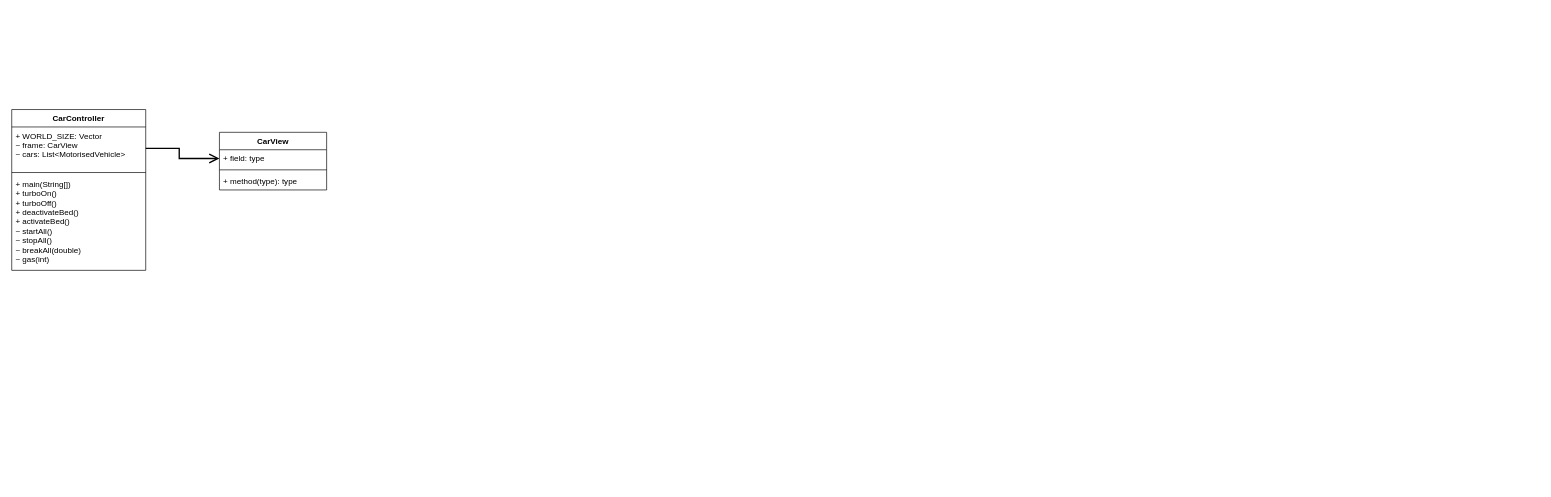
This is Untitled Diagram.drawio from itggot-jakob-ristner/DIT953-lab1, a draw.io file, before an edit. Source tidied: cells renumbered, new cells numbered last; positions are measured from the earlier drawing's top-left corner, leaving out a move shared by most shapes. Both pictures are drawn from the tidied source at 67%, with x=0, y=0 at pixel (11, 109).
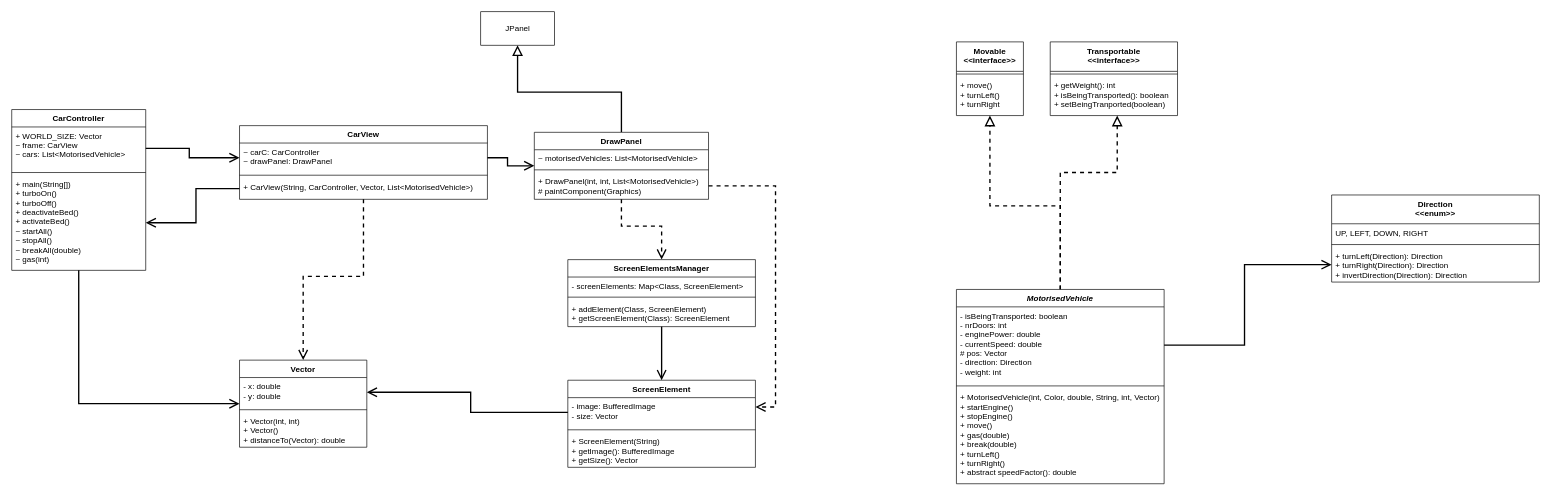
The same diagram, later.

The change refers to these unchanged cells:
```xml
<mxCell id="2" value="CarController" style="swimlane;fontStyle=1;align=center;verticalAlign=top;horizontal=1;startSize=26;" parent="1" vertex="1">
  <mxGeometry width="200" height="240" as="geometry" />
</mxCell>
<mxCell id="3" value="+ WORLD_SIZE: Vector&#10;~ frame: CarView&#10;~ cars: List&lt;MotorisedVehicle&gt;" style="text;strokeColor=none;fillColor=none;align=left;verticalAlign=top;spacingLeft=4;spacingRight=4;overflow=hidden;points=[[0,0.5],[1,0.5]];portConstraint=eastwest;" parent="2" vertex="1">
  <mxGeometry y="26" width="200" height="64" as="geometry" />
</mxCell>
<mxCell id="5" value="+ main(String[])&#10;+ turboOn()&#10;+ turboOff()&#10;+ deactivateBed()&#10;+ activateBed()&#10;~ startAll()&#10;~ stopAll()&#10;~ breakAll(double)&#10;~ gas(int)" style="text;strokeColor=none;fillColor=none;align=left;verticalAlign=top;spacingLeft=4;spacingRight=4;overflow=hidden;points=[[0,0.5],[1,0.5]];portConstraint=eastwest;fontStyle=0;" parent="2" vertex="1">
  <mxGeometry y="98" width="200" height="142" as="geometry" />
</mxCell>
```

What changed in the source:
```diff
@@
+    <mxCell id="11" style="edgeStyle=orthogonalEdgeStyle;rounded=0;jettySize=auto;html=1;endArrow=open;endFill=0;endSize=11;strokeWidth=2;" parent="1" edge="1" source="2" target="32">
+      <mxGeometry relative="1" as="geometry">
+        <Array as="points">
+          <mxPoint x="100" y="439" />
+        </Array>
+      </mxGeometry>
+    </mxCell>
@@
+    <mxCell id="12" style="edgeStyle=orthogonalEdgeStyle;rounded=0;jettySize=auto;html=1;endArrow=open;endFill=0;endSize=11;strokeWidth=2;dashed=1;" parent="1" edge="1" source="6" target="32">
+      <mxGeometry relative="1" as="geometry" />
+    </mxCell>
     <mxCell id="6" value="CarView" style="swimlane;fontStyle=1;align=center;verticalAlign=top;horizontal=1;startSize=26;" parent="1" vertex="1">
-      <mxGeometry x="310" y="34" width="160" height="86" as="geometry" />
+      <mxGeometry x="340" y="24" width="370" height="110" as="geometry" />
     </mxCell>
-    <mxCell id="7" value="+ field: type" style="text;strokeColor=none;fillColor=none;align=left;verticalAlign=top;spacingLeft=4;spacingRight=4;overflow=hidden;points=[[0,0.5],[1,0.5]];portConstraint=eastwest;" parent="6" vertex="1">
-      <mxGeometry y="26" width="160" height="26" as="geometry" />
+    <mxCell id="7" value="~ carC: CarController&#10;~ drawPanel: DrawPanel" style="text;strokeColor=none;fillColor=none;align=left;verticalAlign=top;spacingLeft=4;spacingRight=4;overflow=hidden;points=[[0,0.5],[1,0.5]];portConstraint=eastwest;" parent="6" vertex="1">
+      <mxGeometry y="26" width="370" height="44" as="geometry" />
     </mxCell>
     <mxCell id="8" style="line;strokeWidth=1;fillColor=none;align=left;verticalAlign=middle;spacingTop=-1;spacingLeft=3;spacingRight=3;labelPosition=right;" parent="6" vertex="1">
-      <mxGeometry y="52" width="160" height="8" as="geometry" />
+      <mxGeometry y="70" width="370" height="8" as="geometry" />
     </mxCell>
-    <mxCell id="9" value="+ method(type): type" style="text;strokeColor=none;fillColor=none;align=left;verticalAlign=top;spacingLeft=4;spacingRight=4;overflow=hidden;points=[[0,0.5],[1,0.5]];portConstraint=eastwest;" parent="6" vertex="1">
-      <mxGeometry y="60" width="160" height="26" as="geometry" />
+    <mxCell id="9" value="+ CarView(String, CarController, Vector, List&lt;MotorisedVehicle&gt;)&#10;" style="text;strokeColor=none;fillColor=none;align=left;verticalAlign=top;spacingLeft=4;spacingRight=4;overflow=hidden;points=[[0,0.5],[1,0.5]];portConstraint=eastwest;" parent="6" vertex="1">
+      <mxGeometry y="78" width="370" height="32" as="geometry" />
     </mxCell>
-    <mxCell id="10" style="edgeStyle=orthogonalEdgeStyle;rounded=0;jettySize=auto;html=1;exitX=1;exitY=0.5;exitDx=0;exitDy=0;endArrow=open;endFill=0;strokeWidth=2;endSize=11;" parent="1" edge="1" source="3" target="7">
+    <mxCell id="10" style="edgeStyle=orthogonalEdgeStyle;rounded=0;jettySize=auto;html=1;exitX=1;exitY=0.5;exitDx=0;exitDy=0;entryX=0;entryY=0.5;entryDx=0;entryDy=0;endArrow=open;endFill=0;endSize=11;strokeWidth=2;" parent="1" edge="1" source="3" target="7">
       <mxGeometry relative="1" as="geometry" />
     </mxCell>
+    <mxCell id="13" style="edgeStyle=orthogonalEdgeStyle;rounded=0;jettySize=auto;html=1;exitX=0;exitY=0.5;exitDx=0;exitDy=0;endArrow=open;endFill=0;endSize=11;strokeWidth=2;" parent="1" edge="1" source="9" target="5">
+      <mxGeometry relative="1" as="geometry" />
+    </mxCell>
+    <mxCell id="14" style="edgeStyle=orthogonalEdgeStyle;rounded=0;jettySize=auto;html=1;exitX=0.5;exitY=0;exitDx=0;exitDy=0;entryX=0.5;entryY=1;entryDx=0;entryDy=0;endArrow=block;endFill=0;endSize=11;strokeWidth=2;" parent="1" edge="1" source="16" target="20">
+      <mxGeometry relative="1" as="geometry" />
+    </mxCell>
+    <mxCell id="15" style="edgeStyle=orthogonalEdgeStyle;rounded=0;jettySize=auto;html=1;entryX=0.5;entryY=0;entryDx=0;entryDy=0;endArrow=open;endFill=0;endSize=11;strokeWidth=2;dashed=1;" parent="1" edge="1" source="16" target="23">
+      <mxGeometry relative="1" as="geometry" />
+    </mxCell>
+    <mxCell id="16" value="DrawPanel" style="swimlane;fontStyle=1;align=center;verticalAlign=top;horizontal=1;startSize=26;" parent="1" vertex="1">
+      <mxGeometry x="780" y="34" width="260" height="100" as="geometry" />
+    </mxCell>
+    <mxCell id="17" value="~ motorisedVehicles: List&lt;MotorisedVehicle&gt;" style="text;strokeColor=none;fillColor=none;align=left;verticalAlign=top;spacingLeft=4;spacingRight=4;overflow=hidden;" parent="16" vertex="1">
+      <mxGeometry y="26" width="260" height="26" as="geometry" />
+    </mxCell>
+    <mxCell id="18" style="line;strokeWidth=1;fillColor=none;align=left;verticalAlign=middle;spacingTop=-1;spacingLeft=3;spacingRight=3;labelPosition=right;" parent="16" vertex="1">
+      <mxGeometry y="52" width="260" height="8" as="geometry" />
+    </mxCell>
+    <mxCell id="19" value="+ DrawPanel(int, int, List&lt;MotorisedVehicle&gt;)&#10;# paintComponent(Graphics)" style="text;strokeColor=none;fillColor=none;align=left;verticalAlign=top;spacingLeft=4;spacingRight=4;overflow=hidden;points=[[0,0.5],[1,0.5]];portConstraint=eastwest;" parent="16" vertex="1">
+      <mxGeometry y="60" width="260" height="40" as="geometry" />
+    </mxCell>
+    <mxCell id="20" value="JPanel" style="html=1;" parent="1" vertex="1">
+      <mxGeometry x="700" y="-146" width="110" height="50" as="geometry" />
+    </mxCell>
+    <mxCell id="21" style="edgeStyle=orthogonalEdgeStyle;rounded=0;jettySize=auto;html=1;exitX=1;exitY=0.5;exitDx=0;exitDy=0;entryX=0;entryY=0.5;entryDx=0;entryDy=0;endArrow=open;endFill=0;endSize=11;strokeWidth=2;" parent="1" edge="1" source="7" target="16">
+      <mxGeometry relative="1" as="geometry" />
+    </mxCell>
+    <mxCell id="22" style="edgeStyle=orthogonalEdgeStyle;rounded=0;jettySize=auto;html=1;endArrow=open;endFill=0;endSize=11;strokeWidth=2;" parent="1" edge="1" source="23" target="27">
+      <mxGeometry relative="1" as="geometry" />
+    </mxCell>
+    <mxCell id="23" value="ScreenElementsManager" style="swimlane;fontStyle=1;align=center;verticalAlign=top;horizontal=1;startSize=26;" parent="1" vertex="1">
+      <mxGeometry x="830" y="224" width="280" height="100" as="geometry" />
+    </mxCell>
+    <mxCell id="24" value="- screenElements: Map&lt;Class, ScreenElement&gt;" style="text;strokeColor=none;fillColor=none;align=left;verticalAlign=top;spacingLeft=4;spacingRight=4;overflow=hidden;" parent="23" vertex="1">
+      <mxGeometry y="26" width="280" height="26" as="geometry" />
+    </mxCell>
+    <mxCell id="25" style="line;strokeWidth=1;fillColor=none;align=left;verticalAlign=middle;spacingTop=-1;spacingLeft=3;spacingRight=3;labelPosition=right;" parent="23" vertex="1">
+      <mxGeometry y="52" width="280" height="8" as="geometry" />
+    </mxCell>
+    <mxCell id="26" value="+ addElement(Class, ScreenElement)&#10;+ getScreenElement(Class): ScreenElement" style="text;strokeColor=none;fillColor=none;align=left;verticalAlign=top;spacingLeft=4;spacingRight=4;overflow=hidden;" parent="23" vertex="1">
+      <mxGeometry y="60" width="280" height="40" as="geometry" />
+    </mxCell>
+    <mxCell id="27" value="ScreenElement" style="swimlane;fontStyle=1;align=center;verticalAlign=top;horizontal=1;startSize=26;" parent="1" vertex="1">
+      <mxGeometry x="830" y="404" width="280" height="130" as="geometry" />
+    </mxCell>
+    <mxCell id="28" value="- image: BufferedImage&#10;- size: Vector" style="text;strokeColor=none;fillColor=none;align=left;verticalAlign=top;spacingLeft=4;spacingRight=4;overflow=hidden;points=[[0,0.5],[1,0.5]];portConstraint=eastwest;" parent="27" vertex="1">
+      <mxGeometry y="26" width="280" height="44" as="geometry" />
+    </mxCell>
+    <mxCell id="29" style="line;strokeWidth=1;fillColor=none;align=left;verticalAlign=middle;spacingTop=-1;spacingLeft=3;spacingRight=3;labelPosition=right;" parent="27" vertex="1">
+      <mxGeometry y="70" width="280" height="8" as="geometry" />
+    </mxCell>
+    <mxCell id="30" value="+ ScreenElement(String)&#10;+ getImage(): BufferedImage&#10;+ getSize(): Vector" style="text;strokeColor=none;fillColor=none;align=left;verticalAlign=top;spacingLeft=4;spacingRight=4;overflow=hidden;" parent="27" vertex="1">
+      <mxGeometry y="78" width="280" height="52" as="geometry" />
+    </mxCell>
+    <mxCell id="31" style="edgeStyle=orthogonalEdgeStyle;rounded=0;jettySize=auto;html=1;entryX=1;entryY=0.318;entryDx=0;entryDy=0;entryPerimeter=0;dashed=1;endArrow=open;endFill=0;endSize=11;strokeWidth=2;" parent="1" edge="1" source="19" target="28">
+      <mxGeometry relative="1" as="geometry" />
+    </mxCell>
+    <mxCell id="32" value="Vector" style="swimlane;fontStyle=1;align=center;verticalAlign=top;horizontal=1;startSize=26;" parent="1" vertex="1">
+      <mxGeometry x="340" y="374" width="190" height="130" as="geometry" />
+    </mxCell>
+    <mxCell id="33" value="- x: double&#10;- y: double" style="text;strokeColor=none;fillColor=none;align=left;verticalAlign=top;spacingLeft=4;spacingRight=4;overflow=hidden;points=[[0,0.5],[1,0.5]];portConstraint=eastwest;" parent="32" vertex="1">
+      <mxGeometry y="26" width="190" height="44" as="geometry" />
+    </mxCell>
+    <mxCell id="34" style="line;strokeWidth=1;fillColor=none;align=left;verticalAlign=middle;spacingTop=-1;spacingLeft=3;spacingRight=3;labelPosition=right;" parent="32" vertex="1">
+      <mxGeometry y="70" width="190" height="8" as="geometry" />
+    </mxCell>
+    <mxCell id="35" value="+ Vector(int, int)&#10;+ Vector()&#10;+ distanceTo(Vector): double" style="text;strokeColor=none;fillColor=none;align=left;verticalAlign=top;spacingLeft=4;spacingRight=4;overflow=hidden;" parent="32" vertex="1">
+      <mxGeometry y="78" width="190" height="52" as="geometry" />
+    </mxCell>
+    <mxCell id="36" style="edgeStyle=orthogonalEdgeStyle;rounded=0;jettySize=auto;html=1;exitX=0;exitY=0.5;exitDx=0;exitDy=0;endArrow=open;endFill=0;endSize=11;strokeWidth=2;" parent="1" edge="1" source="28" target="33">
+      <mxGeometry relative="1" as="geometry" />
+    </mxCell>
+    <mxCell id="37" style="edgeStyle=orthogonalEdgeStyle;rounded=0;jettySize=auto;html=1;dashed=1;endArrow=block;endFill=0;endSize=11;strokeWidth=2;" parent="1" edge="1" source="39" target="43">
+      <mxGeometry relative="1" as="geometry" />
+    </mxCell>
+    <mxCell id="38" style="edgeStyle=orthogonalEdgeStyle;rounded=0;jettySize=auto;html=1;dashed=1;endArrow=block;endFill=0;endSize=11;strokeWidth=2;" parent="1" edge="1" source="39" target="48">
+      <mxGeometry relative="1" as="geometry">
+        <Array as="points">
+          <mxPoint x="1565" y="94" />
+          <mxPoint x="1650" y="94" />
+        </Array>
+      </mxGeometry>
+    </mxCell>
+    <mxCell id="39" value="MotorisedVehicle" style="swimlane;fontStyle=3;align=center;verticalAlign=top;horizontal=1;startSize=26;" parent="1" vertex="1">
+      <mxGeometry x="1410" y="268.5" width="310" height="290" as="geometry" />
+    </mxCell>
+    <mxCell id="40" value="- isBeingTransported: boolean&#10;- nrDoors: int&#10;- enginePower: double&#10;- currentSpeed: double&#10;# pos: Vector&#10;- direction: Direction&#10;- weight: int" style="text;strokeColor=none;fillColor=none;align=left;verticalAlign=top;spacingLeft=4;spacingRight=4;overflow=hidden;points=[[0,0.5],[1,0.5]];portConstraint=eastwest;" parent="39" vertex="1">
+      <mxGeometry y="26" width="310" height="114" as="geometry" />
+    </mxCell>
+    <mxCell id="41" style="line;strokeWidth=1;fillColor=none;align=left;verticalAlign=middle;spacingTop=-1;spacingLeft=3;spacingRight=3;labelPosition=right;" parent="39" vertex="1">
+      <mxGeometry y="140" width="310" height="8" as="geometry" />
+    </mxCell>
+    <mxCell id="42" value="+ MotorisedVehicle(int, Color, double, String, int, Vector)&#10;+ startEngine()&#10;+ stopEngine()&#10;+ move()&#10;+ gas(double)&#10;+ break(double)&#10;+ turnLeft()&#10;+ turnRight()&#10;+ abstract speedFactor(): double" style="text;strokeColor=none;fillColor=none;align=left;verticalAlign=top;spacingLeft=4;spacingRight=4;overflow=hidden;" parent="39" vertex="1">
+      <mxGeometry y="148" width="310" height="142" as="geometry" />
+    </mxCell>
+    <mxCell id="43" value="Movable&#10;&lt;&lt;interface&gt;&gt;" style="swimlane;fontStyle=1;align=center;verticalAlign=top;horizontal=1;startSize=44;" parent="1" vertex="1">
+      <mxGeometry x="1410" y="-101" width="100" height="110" as="geometry" />
+    </mxCell>
+    <mxCell id="44" style="line;strokeWidth=1;fillColor=none;align=left;verticalAlign=middle;spacingTop=-1;spacingLeft=3;spacingRight=3;labelPosition=right;" parent="43" vertex="1">
+      <mxGeometry y="44" width="100" height="8" as="geometry" />
+    </mxCell>
+    <mxCell id="45" value="+ move()&#10;+ turnLeft()&#10;+ turnRight" style="text;strokeColor=none;fillColor=none;align=left;verticalAlign=top;spacingLeft=4;spacingRight=4;overflow=hidden;" parent="43" vertex="1">
+      <mxGeometry y="52" width="100" height="58" as="geometry" />
+    </mxCell>
+    <mxCell id="46" value="Transportable&#10;&lt;&lt;interface&gt;&gt;" style="swimlane;fontStyle=1;align=center;verticalAlign=top;horizontal=1;startSize=44;" parent="1" vertex="1">
+      <mxGeometry x="1550" y="-101" width="190" height="110" as="geometry" />
+    </mxCell>
+    <mxCell id="47" style="line;strokeWidth=1;fillColor=none;align=left;verticalAlign=middle;spacingTop=-1;spacingLeft=3;spacingRight=3;labelPosition=right;" parent="46" vertex="1">
+      <mxGeometry y="44" width="190" height="8" as="geometry" />
+    </mxCell>
+    <mxCell id="48" value="+ getWeight(): int&#10;+ isBeingTransported(): boolean&#10;+ setBeingTranported(boolean)" style="text;strokeColor=none;fillColor=none;align=left;verticalAlign=top;spacingLeft=4;spacingRight=4;overflow=hidden;points=[[0,0.5],[1,0.5]];portConstraint=eastwest;" parent="46" vertex="1">
+      <mxGeometry y="52" width="190" height="58" as="geometry" />
+    </mxCell>
+    <mxCell id="49" value="Direction&#10;&lt;&lt;enum&gt;&gt;" style="swimlane;fontStyle=1;align=center;verticalAlign=top;horizontal=1;startSize=43;" parent="1" vertex="1">
+      <mxGeometry x="1970" y="127.5" width="310" height="130" as="geometry" />
+    </mxCell>
+    <mxCell id="50" value="UP, LEFT, DOWN, RIGHT" style="text;strokeColor=none;fillColor=none;align=left;verticalAlign=top;spacingLeft=4;spacingRight=4;overflow=hidden;" parent="49" vertex="1">
+      <mxGeometry y="43" width="310" height="27" as="geometry" />
+    </mxCell>
+    <mxCell id="51" style="line;strokeWidth=1;fillColor=none;align=left;verticalAlign=middle;spacingTop=-1;spacingLeft=3;spacingRight=3;labelPosition=right;" parent="49" vertex="1">
+      <mxGeometry y="70" width="310" height="8" as="geometry" />
+    </mxCell>
+    <mxCell id="52" value="+ turnLeft(Direction): Direction&#10;+ turnRight(Direction): Direction&#10;+ invertDirection(Direction): Direction" style="text;strokeColor=none;fillColor=none;align=left;verticalAlign=top;spacingLeft=4;spacingRight=4;overflow=hidden;points=[[0,0.5],[1,0.5]];portConstraint=eastwest;" parent="49" vertex="1">
+      <mxGeometry y="78" width="310" height="52" as="geometry" />
+    </mxCell>
+    <mxCell id="53" style="edgeStyle=orthogonalEdgeStyle;rounded=0;jettySize=auto;html=1;endArrow=open;endFill=0;endSize=11;strokeWidth=2;" parent="1" edge="1" source="40" target="52">
+      <mxGeometry relative="1" as="geometry" />
+    </mxCell>
```
